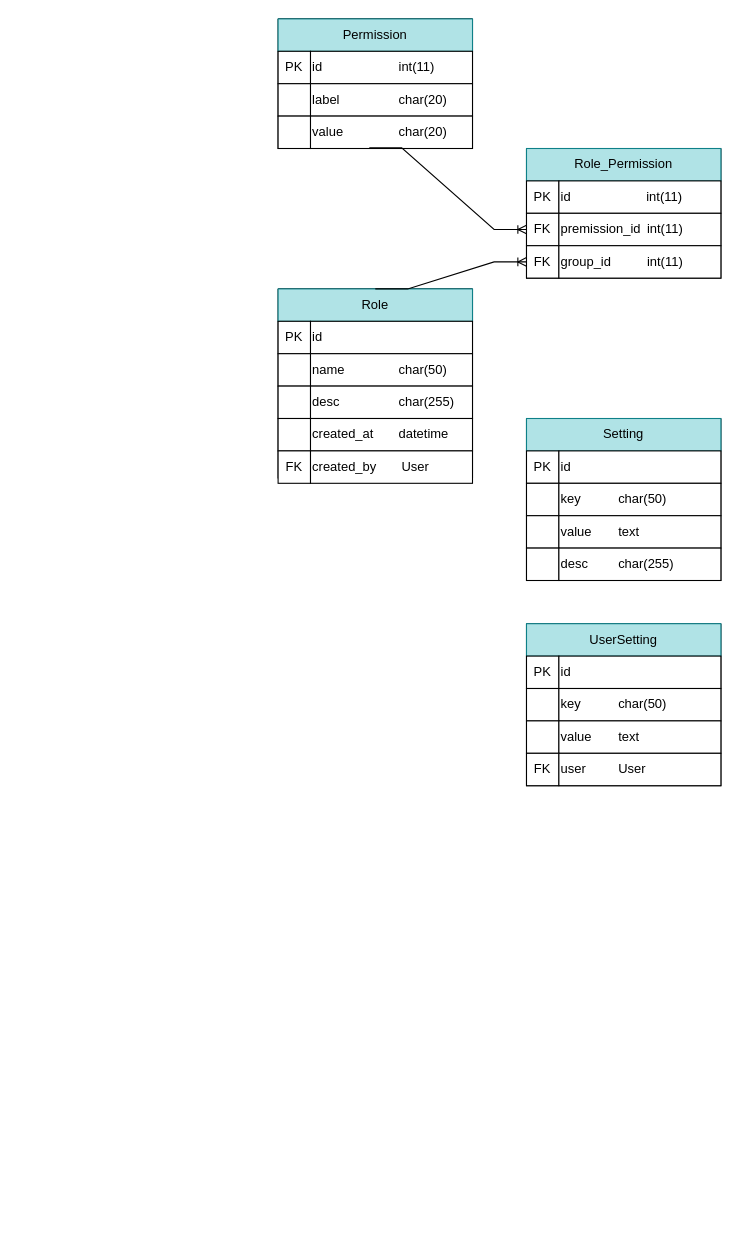
Above: 思创运维平台数据库设计.drawio in yihezhou/diagrams (draw.io), before the change. Source tidied: cells renumbered, new cells numbered last; positions are measured from the earlier drawing's top-left corner, leaving out a move shared by most shapes. Both pictures are drawn from the tidied source at 108%, with x=0, y=0 at pixel (278, 18).
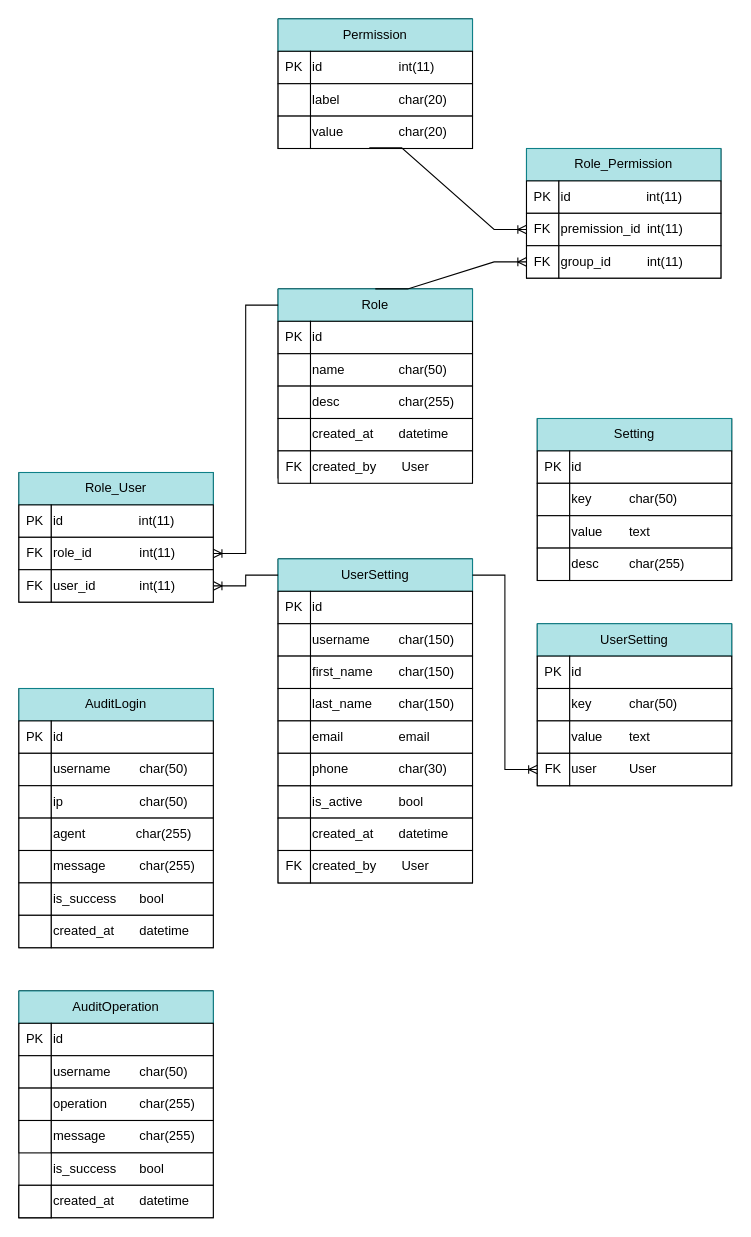
Above is the later version.

Commit message (it also covers changes not shown here):
更新思创运维平台数据库设计.drawio

Unchanged cells that the change refers to:
```xml
<mxCell id="11" value="Role" style="rounded=0;whiteSpace=wrap;html=1;fillColor=#b0e3e6;strokeColor=#0e8088;" parent="10" vertex="1">
  <mxGeometry width="180" height="30" as="geometry" />
</mxCell>
<mxCell id="50" value="FK" style="rounded=0;whiteSpace=wrap;html=1;" parent="42" vertex="1">
  <mxGeometry y="120" width="30" height="30" as="geometry" />
</mxCell>
```

The edit, as a diff of the source:
```diff
@@
     <mxCell id="32" style="swimlane;startSize=0;" parent="1" vertex="1">
-      <mxGeometry x="230" y="370" width="180" height="150" as="geometry" />
+      <mxGeometry x="240" y="370" width="180" height="150" as="geometry" />
     </mxCell>
@@
     <mxCell id="42" style="swimlane;startSize=0;" parent="1" vertex="1">
-      <mxGeometry x="230" y="560" width="180" height="150" as="geometry" />
+      <mxGeometry x="240" y="560" width="180" height="150" as="geometry" />
     </mxCell>
@@
+    <mxCell id="52" style="swimlane;startSize=0;" parent="1" vertex="1">
+      <mxGeometry y="500" width="180" height="300" as="geometry" />
+    </mxCell>
+    <mxCell id="53" value="UserSetting" style="rounded=0;whiteSpace=wrap;html=1;fillColor=#b0e3e6;strokeColor=#0e8088;" parent="52" vertex="1">
+      <mxGeometry width="180" height="30" as="geometry" />
+    </mxCell>
+    <mxCell id="54" value="PK" style="rounded=0;whiteSpace=wrap;html=1;" parent="52" vertex="1">
+      <mxGeometry y="30" width="30" height="30" as="geometry" />
+    </mxCell>
+    <mxCell id="55" value="id" style="rounded=0;whiteSpace=wrap;html=1;align=left;" parent="52" vertex="1">
+      <mxGeometry x="30" y="30" width="150" height="30" as="geometry" />
+    </mxCell>
+    <mxCell id="56" style="rounded=0;whiteSpace=wrap;html=1;" parent="52" vertex="1">
+      <mxGeometry y="60" width="30" height="30" as="geometry" />
+    </mxCell>
+    <mxCell id="57" value="username&lt;span style=&quot;white-space: pre;&quot;&gt;&#9;&lt;/span&gt;char(150)" style="rounded=0;whiteSpace=wrap;html=1;align=left;" parent="52" vertex="1">
+      <mxGeometry x="30" y="60" width="150" height="30" as="geometry" />
+    </mxCell>
+    <mxCell id="58" style="rounded=0;whiteSpace=wrap;html=1;" parent="52" vertex="1">
+      <mxGeometry y="90" width="30" height="30" as="geometry" />
+    </mxCell>
+    <mxCell id="59" value="first_name&lt;span style=&quot;white-space: pre;&quot;&gt;&#9;&lt;/span&gt;char(150)" style="rounded=0;whiteSpace=wrap;html=1;align=left;" parent="52" vertex="1">
+      <mxGeometry x="30" y="90" width="150" height="30" as="geometry" />
+    </mxCell>
+    <mxCell id="60" style="rounded=0;whiteSpace=wrap;html=1;" parent="52" vertex="1">
+      <mxGeometry y="120" width="30" height="30" as="geometry" />
+    </mxCell>
+    <mxCell id="61" value="last_name&lt;span style=&quot;white-space: pre;&quot;&gt;&#9;&lt;/span&gt;char(150)" style="rounded=0;whiteSpace=wrap;html=1;align=left;" parent="52" vertex="1">
+      <mxGeometry x="30" y="120" width="150" height="30" as="geometry" />
+    </mxCell>
+    <mxCell id="62" style="rounded=0;whiteSpace=wrap;html=1;" parent="52" vertex="1">
+      <mxGeometry y="150" width="30" height="30" as="geometry" />
+    </mxCell>
+    <mxCell id="63" value="email&lt;span style=&quot;white-space: pre;&quot;&gt;&#9;&lt;span style=&quot;white-space: pre;&quot;&gt;&#9;&lt;/span&gt;e&lt;/span&gt;mail" style="rounded=0;whiteSpace=wrap;html=1;align=left;" parent="52" vertex="1">
+      <mxGeometry x="30" y="150" width="150" height="30" as="geometry" />
+    </mxCell>
+    <mxCell id="64" style="rounded=0;whiteSpace=wrap;html=1;" parent="52" vertex="1">
+      <mxGeometry y="210" width="30" height="30" as="geometry" />
+    </mxCell>
+    <mxCell id="65" value="is_active&lt;span style=&quot;white-space: pre;&quot;&gt;&#9;&lt;/span&gt;&lt;span style=&quot;white-space: pre;&quot;&gt;&#9;&lt;/span&gt;bool" style="rounded=0;whiteSpace=wrap;html=1;align=left;" parent="52" vertex="1">
+      <mxGeometry x="30" y="210" width="150" height="30" as="geometry" />
+    </mxCell>
+    <mxCell id="66" style="rounded=0;whiteSpace=wrap;html=1;" parent="52" vertex="1">
+      <mxGeometry y="180" width="30" height="30" as="geometry" />
+    </mxCell>
+    <mxCell id="67" value="phone&lt;span style=&quot;white-space: pre;&quot;&gt;&#9;&lt;/span&gt;&lt;span style=&quot;white-space: pre;&quot;&gt;&#9;&lt;/span&gt;char(30)" style="rounded=0;whiteSpace=wrap;html=1;align=left;" parent="52" vertex="1">
+      <mxGeometry x="30" y="180" width="150" height="30" as="geometry" />
+    </mxCell>
+    <mxCell id="68" style="rounded=0;whiteSpace=wrap;html=1;" parent="52" vertex="1">
+      <mxGeometry y="240" width="30" height="30" as="geometry" />
+    </mxCell>
+    <mxCell id="69" value="created_at&amp;nbsp; &amp;nbsp; &amp;nbsp; &amp;nbsp;datetime" style="rounded=0;whiteSpace=wrap;html=1;align=left;" parent="52" vertex="1">
+      <mxGeometry x="30" y="240" width="150" height="30" as="geometry" />
+    </mxCell>
+    <mxCell id="70" value="FK" style="rounded=0;whiteSpace=wrap;html=1;" parent="52" vertex="1">
+      <mxGeometry y="270" width="30" height="30" as="geometry" />
+    </mxCell>
+    <mxCell id="71" value="created_by&amp;nbsp; &amp;nbsp; &amp;nbsp; &amp;nbsp;User" style="rounded=0;whiteSpace=wrap;html=1;align=left;" parent="52" vertex="1">
+      <mxGeometry x="30" y="270" width="150" height="30" as="geometry" />
+    </mxCell>
+    <mxCell id="72" style="edgeStyle=entityRelationEdgeStyle;fontSize=12;html=1;endArrow=ERoneToMany;rounded=0;entryX=1;entryY=0.5;entryDx=0;entryDy=0;exitX=0;exitY=0.5;exitDx=0;exitDy=0;" parent="1" edge="1" source="53" target="80">
+      <mxGeometry relative="1" as="geometry">
+        <Array as="points">
+          <mxPoint x="-90" y="480" />
+          <mxPoint x="-50" y="500" />
+          <mxPoint x="-30" y="500" />
+          <mxPoint x="-30" y="510" />
+          <mxPoint x="-30" y="580" />
+          <mxPoint x="-90" y="610" />
+          <mxPoint x="-80" y="640" />
+          <mxPoint x="-50" y="630" />
+          <mxPoint x="-30" y="600" />
+          <mxPoint x="-100" y="410" />
+          <mxPoint x="-40" y="590" />
+          <mxPoint x="-50" y="510" />
+          <mxPoint x="-40" y="510" />
+          <mxPoint x="-90" y="580" />
+        </Array>
+      </mxGeometry>
+    </mxCell>
+    <mxCell id="73" style="swimlane;startSize=0;" parent="1" vertex="1">
+      <mxGeometry x="-240" y="420" width="180" height="120" as="geometry" />
+    </mxCell>
+    <mxCell id="74" value="Role_User" style="rounded=0;whiteSpace=wrap;html=1;fillColor=#b0e3e6;strokeColor=#0e8088;" parent="73" vertex="1">
+      <mxGeometry width="180" height="30" as="geometry" />
+    </mxCell>
+    <mxCell id="75" value="PK" style="rounded=0;whiteSpace=wrap;html=1;" parent="73" vertex="1">
+      <mxGeometry y="30" width="30" height="30" as="geometry" />
+    </mxCell>
+    <mxCell id="76" value="id&amp;nbsp; &amp;nbsp; &amp;nbsp; &amp;nbsp; &amp;nbsp; &amp;nbsp; &amp;nbsp; &amp;nbsp; &amp;nbsp; &amp;nbsp; &amp;nbsp;int(11)" style="rounded=0;whiteSpace=wrap;html=1;align=left;" parent="73" vertex="1">
+      <mxGeometry x="30" y="30" width="150" height="30" as="geometry" />
+    </mxCell>
+    <mxCell id="77" value="FK" style="rounded=0;whiteSpace=wrap;html=1;" parent="73" vertex="1">
+      <mxGeometry y="60" width="30" height="30" as="geometry" />
+    </mxCell>
+    <mxCell id="78" value="role_id&lt;span style=&quot;white-space: pre;&quot;&gt;&#9;&lt;span style=&quot;white-space: pre;&quot;&gt;&#9;&lt;/span&gt;&lt;/span&gt;int(11)" style="rounded=0;whiteSpace=wrap;html=1;align=left;" parent="73" vertex="1">
+      <mxGeometry x="30" y="60" width="150" height="30" as="geometry" />
+    </mxCell>
+    <mxCell id="79" value="FK" style="rounded=0;whiteSpace=wrap;html=1;" parent="73" vertex="1">
+      <mxGeometry y="90" width="30" height="30" as="geometry" />
+    </mxCell>
+    <mxCell id="80" value="user_id&lt;span style=&quot;white-space: pre;&quot;&gt;&#9;&lt;/span&gt;&lt;span style=&quot;white-space: pre;&quot;&gt;&#9;&lt;/span&gt;int(11)" style="rounded=0;whiteSpace=wrap;html=1;align=left;" parent="73" vertex="1">
+      <mxGeometry x="30" y="90" width="150" height="30" as="geometry" />
+    </mxCell>
+    <mxCell id="81" style="edgeStyle=entityRelationEdgeStyle;fontSize=12;html=1;endArrow=ERoneToMany;rounded=0;exitX=0;exitY=0.5;exitDx=0;exitDy=0;entryX=1;entryY=0.5;entryDx=0;entryDy=0;" parent="1" edge="1" source="11" target="78">
+      <mxGeometry relative="1" as="geometry">
+        <Array as="points">
+          <mxPoint x="-40" y="265" />
+        </Array>
+      </mxGeometry>
+    </mxCell>
+    <mxCell id="82" style="edgeStyle=entityRelationEdgeStyle;fontSize=12;html=1;endArrow=ERoneToMany;rounded=0;entryX=0;entryY=0.5;entryDx=0;entryDy=0;exitX=1;exitY=0.5;exitDx=0;exitDy=0;" parent="1" edge="1" source="53" target="50">
+      <mxGeometry relative="1" as="geometry">
+        <Array as="points">
+          <mxPoint x="220" y="650" />
+          <mxPoint x="200" y="560" />
+          <mxPoint x="210" y="650" />
+        </Array>
+      </mxGeometry>
+    </mxCell>
+    <mxCell id="83" style="swimlane;startSize=0;" parent="1" vertex="1">
+      <mxGeometry x="-240" y="620" width="180" height="240" as="geometry" />
+    </mxCell>
+    <mxCell id="84" value="AuditLogin" style="rounded=0;whiteSpace=wrap;html=1;fillColor=#b0e3e6;strokeColor=#0e8088;" parent="83" vertex="1">
+      <mxGeometry width="180" height="30" as="geometry" />
+    </mxCell>
+    <mxCell id="85" value="PK" style="rounded=0;whiteSpace=wrap;html=1;" parent="83" vertex="1">
+      <mxGeometry y="30" width="30" height="30" as="geometry" />
+    </mxCell>
+    <mxCell id="86" value="id" style="rounded=0;whiteSpace=wrap;html=1;align=left;" parent="83" vertex="1">
+      <mxGeometry x="30" y="30" width="150" height="30" as="geometry" />
+    </mxCell>
+    <mxCell id="87" style="rounded=0;whiteSpace=wrap;html=1;" parent="83" vertex="1">
+      <mxGeometry y="60" width="30" height="30" as="geometry" />
+    </mxCell>
+    <mxCell id="88" value="username&lt;span style=&quot;white-space: pre;&quot;&gt;&#9;&lt;/span&gt;char(50)" style="rounded=0;whiteSpace=wrap;html=1;align=left;" parent="83" vertex="1">
+      <mxGeometry x="30" y="60" width="150" height="30" as="geometry" />
+    </mxCell>
+    <mxCell id="89" style="rounded=0;whiteSpace=wrap;html=1;" parent="83" vertex="1">
+      <mxGeometry y="90" width="30" height="30" as="geometry" />
+    </mxCell>
+    <mxCell id="90" value="ip&lt;span style=&quot;white-space: pre;&quot;&gt;&#9;&lt;/span&gt;&lt;span style=&quot;white-space: pre;&quot;&gt;&#9;&lt;/span&gt;&lt;span style=&quot;white-space: pre;&quot;&gt;&#9;&lt;/span&gt;char(50)" style="rounded=0;whiteSpace=wrap;html=1;align=left;" parent="83" vertex="1">
+      <mxGeometry x="30" y="90" width="150" height="30" as="geometry" />
+    </mxCell>
+    <mxCell id="91" style="rounded=0;whiteSpace=wrap;html=1;" parent="83" vertex="1">
+      <mxGeometry y="120" width="30" height="30" as="geometry" />
+    </mxCell>
+    <mxCell id="92" value="agent&lt;span style=&quot;white-space: pre;&quot;&gt;&#9;&lt;/span&gt;&amp;nbsp; &amp;nbsp; &amp;nbsp; &amp;nbsp;char(255)" style="rounded=0;whiteSpace=wrap;html=1;align=left;" parent="83" vertex="1">
+      <mxGeometry x="30" y="120" width="150" height="30" as="geometry" />
+    </mxCell>
+    <mxCell id="93" style="rounded=0;whiteSpace=wrap;html=1;" parent="83" vertex="1">
+      <mxGeometry y="150" width="30" height="30" as="geometry" />
+    </mxCell>
+    <mxCell id="94" value="message&lt;span style=&quot;white-space: pre;&quot;&gt;&#9;&lt;/span&gt;&lt;span style=&quot;white-space: pre;&quot;&gt;&#9;&lt;/span&gt;char(255)" style="rounded=0;whiteSpace=wrap;html=1;align=left;" parent="83" vertex="1">
+      <mxGeometry x="30" y="150" width="150" height="30" as="geometry" />
+    </mxCell>
+    <mxCell id="95" style="rounded=0;whiteSpace=wrap;html=1;" parent="83" vertex="1">
+      <mxGeometry y="180" width="30" height="30" as="geometry" />
+    </mxCell>
+    <mxCell id="96" value="is_success&lt;span style=&quot;white-space: pre;&quot;&gt;&#9;&lt;/span&gt;bool" style="rounded=0;whiteSpace=wrap;html=1;align=left;" parent="83" vertex="1">
+      <mxGeometry x="30" y="180" width="150" height="30" as="geometry" />
+    </mxCell>
+    <mxCell id="97" style="rounded=0;whiteSpace=wrap;html=1;" parent="83" vertex="1">
+      <mxGeometry y="210" width="30" height="30" as="geometry" />
+    </mxCell>
+    <mxCell id="98" value="created_at&lt;span style=&quot;white-space: pre;&quot;&gt;&#9;&lt;/span&gt;datetime" style="rounded=0;whiteSpace=wrap;html=1;align=left;" parent="83" vertex="1">
+      <mxGeometry x="30" y="210" width="150" height="30" as="geometry" />
+    </mxCell>
+    <mxCell id="99" style="swimlane;startSize=0;" parent="1" vertex="1">
+      <mxGeometry x="-240" y="900" width="180" height="210" as="geometry" />
+    </mxCell>
+    <mxCell id="100" value="AuditOperation" style="rounded=0;whiteSpace=wrap;html=1;fillColor=#b0e3e6;strokeColor=#0e8088;" parent="99" vertex="1">
+      <mxGeometry width="180" height="30" as="geometry" />
+    </mxCell>
+    <mxCell id="101" value="PK" style="rounded=0;whiteSpace=wrap;html=1;" parent="99" vertex="1">
+      <mxGeometry y="30" width="30" height="30" as="geometry" />
+    </mxCell>
+    <mxCell id="102" value="id" style="rounded=0;whiteSpace=wrap;html=1;align=left;" parent="99" vertex="1">
+      <mxGeometry x="30" y="30" width="150" height="30" as="geometry" />
+    </mxCell>
+    <mxCell id="103" style="rounded=0;whiteSpace=wrap;html=1;" parent="99" vertex="1">
+      <mxGeometry y="60" width="30" height="30" as="geometry" />
+    </mxCell>
+    <mxCell id="104" value="username&lt;span style=&quot;white-space: pre;&quot;&gt;&#9;&lt;/span&gt;char(50)" style="rounded=0;whiteSpace=wrap;html=1;align=left;" parent="99" vertex="1">
+      <mxGeometry x="30" y="60" width="150" height="30" as="geometry" />
+    </mxCell>
+    <mxCell id="105" style="rounded=0;whiteSpace=wrap;html=1;" parent="99" vertex="1">
+      <mxGeometry y="90" width="30" height="30" as="geometry" />
+    </mxCell>
+    <mxCell id="106" value="operation&lt;span style=&quot;white-space: pre;&quot;&gt;&#9;&lt;/span&gt;&lt;span style=&quot;white-space: pre;&quot;&gt;&#9;&lt;/span&gt;char(255)" style="rounded=0;whiteSpace=wrap;html=1;align=left;" parent="99" vertex="1">
+      <mxGeometry x="30" y="90" width="150" height="30" as="geometry" />
+    </mxCell>
+    <mxCell id="107" style="rounded=0;whiteSpace=wrap;html=1;" parent="99" vertex="1">
+      <mxGeometry y="120" width="30" height="30" as="geometry" />
+    </mxCell>
+    <mxCell id="108" value="message&lt;span style=&quot;white-space: pre;&quot;&gt;&#9;&lt;/span&gt;&lt;span style=&quot;white-space: pre;&quot;&gt;&#9;&lt;/span&gt;char(255)" style="rounded=0;whiteSpace=wrap;html=1;align=left;" parent="99" vertex="1">
+      <mxGeometry x="30" y="120" width="150" height="30" as="geometry" />
+    </mxCell>
+    <mxCell id="109" style="rounded=0;whiteSpace=wrap;html=1;" parent="99" vertex="1">
+      <mxGeometry y="180" width="30" height="30" as="geometry" />
+    </mxCell>
+    <mxCell id="110" value="is_success&lt;span style=&quot;white-space: pre;&quot;&gt;&#9;&lt;/span&gt;bool" style="rounded=0;whiteSpace=wrap;html=1;align=left;" parent="99" vertex="1">
+      <mxGeometry x="30" y="150" width="150" height="30" as="geometry" />
+    </mxCell>
+    <mxCell id="111" style="rounded=0;whiteSpace=wrap;html=1;" parent="99" vertex="1">
+      <mxGeometry y="180" width="30" height="30" as="geometry" />
+    </mxCell>
+    <mxCell id="112" value="created_at&lt;span style=&quot;white-space: pre;&quot;&gt;&#9;&lt;/span&gt;datetime" style="rounded=0;whiteSpace=wrap;html=1;align=left;" parent="99" vertex="1">
+      <mxGeometry x="30" y="180" width="150" height="30" as="geometry" />
+    </mxCell>
```
